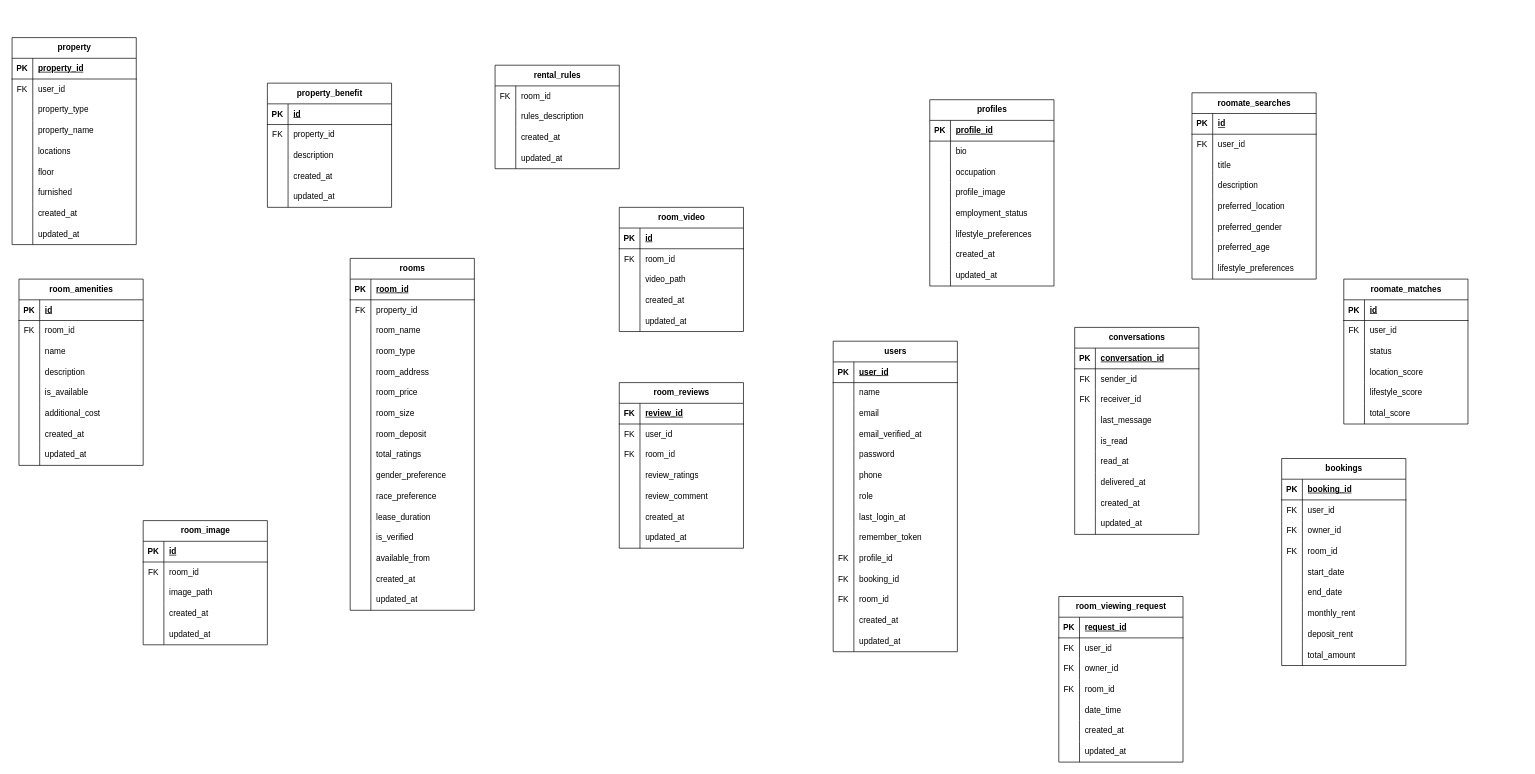
Before: system_analysis/database.drawio in Danny-CYH/KitaRoom, a draw.io diagram. Source tidied: cells renumbered, new cells numbered last; positions are measured from the earlier drawing's top-left corner, leaving out a move shared by most shapes. Both pictures are drawn from the tidied source at 69%, with x=0, y=0 at pixel (12, 37).
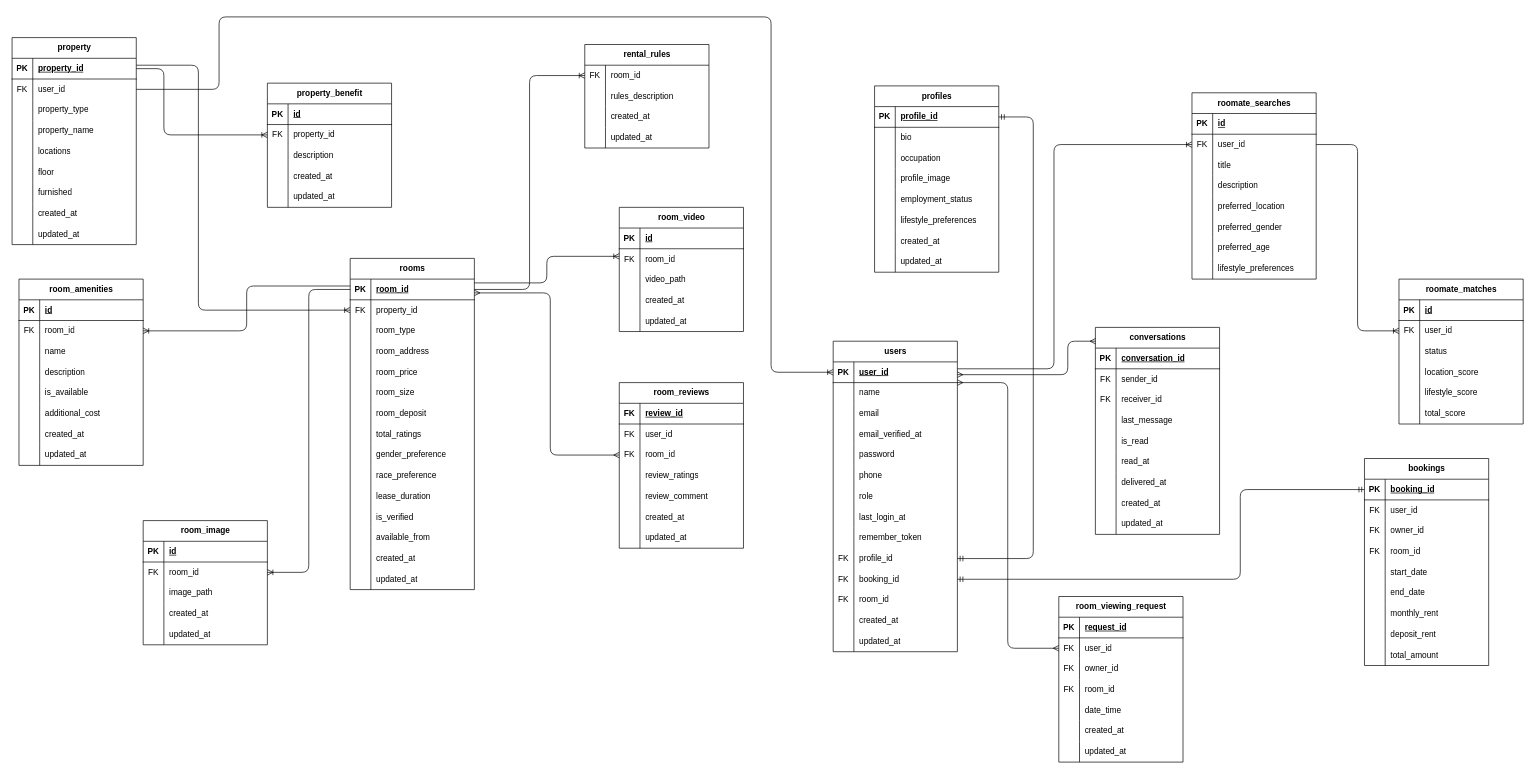
Above is the later version.

Commit message (it also covers changes not shown here):
Update and create database table, update listing card component, create api.php for seperate the api call.

Unchanged cells that the change refers to:
```xml
<mxCell id="3" style="shape=tableRow;horizontal=0;startSize=0;swimlaneHead=0;swimlaneBody=0;fillColor=none;points=[[0,0.5],[1,0.5]];portConstraint=eastwest;top=0;left=0;right=0;bottom=1;" parent="2" vertex="1">
  <mxGeometry y="30" width="180" height="30" as="geometry" />
</mxCell>
<mxCell id="30" style="shape=tableRow;horizontal=0;startSize=0;swimlaneHead=0;swimlaneBody=0;fillColor=none;points=[[0,0.5],[1,0.5]];portConstraint=eastwest;top=0;left=0;right=0;bottom=0;" parent="2" vertex="1">
  <mxGeometry y="300" width="180" height="30" as="geometry" />
</mxCell>
<mxCell id="33" style="shape=tableRow;horizontal=0;startSize=0;swimlaneHead=0;swimlaneBody=0;fillColor=none;points=[[0,0.5],[1,0.5]];portConstraint=eastwest;top=0;left=0;right=0;bottom=0;" parent="2" vertex="1">
  <mxGeometry y="330" width="180" height="30" as="geometry" />
</mxCell>
<mxCell id="46" style="shape=tableRow;horizontal=0;startSize=0;swimlaneHead=0;swimlaneBody=0;fillColor=none;points=[[0,0.5],[1,0.5]];portConstraint=eastwest;top=0;left=0;right=0;bottom=1;" parent="45" vertex="1">
  <mxGeometry y="30" width="180" height="30" as="geometry" />
</mxCell>
<mxCell id="71" style="shape=tableRow;horizontal=0;startSize=0;swimlaneHead=0;swimlaneBody=0;fillColor=none;points=[[0,0.5],[1,0.5]];portConstraint=eastwest;top=0;left=0;right=0;bottom=1;" parent="70" vertex="1">
  <mxGeometry y="30" width="180" height="30" as="geometry" />
</mxCell>
<mxCell id="74" style="shape=tableRow;horizontal=0;startSize=0;swimlaneHead=0;swimlaneBody=0;fillColor=none;points=[[0,0.5],[1,0.5]];portConstraint=eastwest;top=0;left=0;right=0;bottom=0;" parent="70" vertex="1">
  <mxGeometry y="60" width="180" height="30" as="geometry" />
</mxCell>
<mxCell id="123" style="shape=tableRow;horizontal=0;startSize=0;swimlaneHead=0;swimlaneBody=0;fillColor=none;points=[[0,0.5],[1,0.5]];portConstraint=eastwest;top=0;left=0;right=0;bottom=0;" parent="119" vertex="1">
  <mxGeometry y="60" width="180" height="30" as="geometry" />
</mxCell>
<mxCell id="148" style="shape=tableRow;horizontal=0;startSize=0;swimlaneHead=0;swimlaneBody=0;fillColor=none;points=[[0,0.5],[1,0.5]];portConstraint=eastwest;top=0;left=0;right=0;bottom=0;" parent="144" vertex="1">
  <mxGeometry y="60" width="180" height="30" as="geometry" />
</mxCell>
<mxCell id="164" style="shape=tableRow;horizontal=0;startSize=0;swimlaneHead=0;swimlaneBody=0;fillColor=none;points=[[0,0.5],[1,0.5]];portConstraint=eastwest;top=0;left=0;right=0;bottom=0;" parent="160" vertex="1">
  <mxGeometry y="60" width="180" height="30" as="geometry" />
</mxCell>
<mxCell id="189" style="shape=tableRow;horizontal=0;startSize=0;swimlaneHead=0;swimlaneBody=0;fillColor=none;points=[[0,0.5],[1,0.5]];portConstraint=eastwest;top=0;left=0;right=0;bottom=0;" parent="185" vertex="1">
  <mxGeometry y="60" width="180" height="30" as="geometry" />
</mxCell>
<mxCell id="205" style="shape=tableRow;horizontal=0;startSize=0;swimlaneHead=0;swimlaneBody=0;fillColor=none;points=[[0,0.5],[1,0.5]];portConstraint=eastwest;top=0;left=0;right=0;bottom=1;" parent="204" vertex="1">
  <mxGeometry y="30" width="180" height="30" as="geometry" />
</mxCell>
<mxCell id="236" style="shape=tableRow;horizontal=0;startSize=0;swimlaneHead=0;swimlaneBody=0;fillColor=none;points=[[0,0.5],[1,0.5]];portConstraint=eastwest;top=0;left=0;right=0;bottom=0;" parent="232" vertex="1">
  <mxGeometry y="60" width="180" height="30" as="geometry" />
</mxCell>
<mxCell id="261" style="shape=tableRow;horizontal=0;startSize=0;swimlaneHead=0;swimlaneBody=0;fillColor=none;points=[[0,0.5],[1,0.5]];portConstraint=eastwest;top=0;left=0;right=0;bottom=0;" parent="254" vertex="1">
  <mxGeometry y="90" width="180" height="30" as="geometry" />
</mxCell>
<mxCell id="308" style="shape=tableRow;horizontal=0;startSize=0;swimlaneHead=0;swimlaneBody=0;fillColor=none;points=[[0,0.5],[1,0.5]];portConstraint=eastwest;top=0;left=0;right=0;bottom=0;" parent="304" vertex="1">
  <mxGeometry y="60" width="180" height="30" as="geometry" />
</mxCell>
<mxCell id="321" style="shape=tableRow;horizontal=0;startSize=0;swimlaneHead=0;swimlaneBody=0;fillColor=none;points=[[0,0.5],[1,0.5]];portConstraint=eastwest;top=0;left=0;right=0;bottom=0;" parent="320" vertex="1">
  <mxGeometry y="30" width="180" height="30" as="geometry" />
</mxCell>
<mxCell id="334" style="shape=tableRow;horizontal=0;startSize=0;swimlaneHead=0;swimlaneBody=0;fillColor=none;points=[[0,0.5],[1,0.5]];portConstraint=eastwest;top=0;left=0;right=0;bottom=1;" parent="333" vertex="1">
  <mxGeometry y="30" width="180" height="30" as="geometry" />
</mxCell>
<mxCell id="337" style="shape=tableRow;horizontal=0;startSize=0;swimlaneHead=0;swimlaneBody=0;fillColor=none;points=[[0,0.5],[1,0.5]];portConstraint=eastwest;top=0;left=0;right=0;bottom=0;" parent="333" vertex="1">
  <mxGeometry y="60" width="180" height="30" as="geometry" />
</mxCell>
<mxCell id="365" style="shape=tableRow;horizontal=0;startSize=0;swimlaneHead=0;swimlaneBody=0;fillColor=none;points=[[0,0.5],[1,0.5]];portConstraint=eastwest;top=0;left=0;right=0;bottom=0;" parent="361" vertex="1">
  <mxGeometry y="60" width="180" height="30" as="geometry" />
</mxCell>
```

Change to the diagram source:
```diff
@@
     <mxCell id="45" value="profiles" style="shape=table;startSize=30;childLayout=tableLayout;rowLines=0;fontStyle=1;align=center;html=1;" parent="1" vertex="1">
-      <mxGeometry x="1330" y="90" width="180" height="270" as="geometry" />
+      <mxGeometry x="1250" y="70" width="180" height="270" as="geometry" />
     </mxCell>
@@
     <mxCell id="70" value="rooms" style="shape=table;startSize=30;childLayout=tableLayout;rowLines=0;fontStyle=1;align=center;html=1;" parent="1" vertex="1">
-      <mxGeometry x="490" y="320" width="180" height="510" as="geometry" />
+      <mxGeometry x="490" y="320" width="180" height="480" as="geometry" />
     </mxCell>
@@
-    <mxCell id="77" style="shape=tableRow;horizontal=0;startSize=0;swimlaneHead=0;swimlaneBody=0;fillColor=none;top=0;left=0;right=0;bottom=0;" parent="70" vertex="1">
-      <mxGeometry y="90" width="180" height="30" as="geometry" />
-    </mxCell>
-    <mxCell id="78" style="shape=partialRectangle;fillColor=none;top=0;left=0;bottom=0;right=0;overflow=hidden;whiteSpace=wrap;html=1;" parent="77" vertex="1">
-      <mxGeometry width="30" height="30" as="geometry" />
-    </mxCell>
-    <mxCell id="79" value="room_name" style="shape=partialRectangle;fillColor=none;top=0;left=0;bottom=0;right=0;align=left;spacingLeft=6;overflow=hidden;whiteSpace=wrap;html=1;" parent="77" vertex="1">
-      <mxGeometry x="30" width="150" height="30" as="geometry" />
-    </mxCell>
     <mxCell id="80" style="shape=tableRow;horizontal=0;startSize=0;swimlaneHead=0;swimlaneBody=0;fillColor=none;top=0;left=0;right=0;bottom=0;" parent="70" vertex="1">
-      <mxGeometry y="120" width="180" height="30" as="geometry" />
+      <mxGeometry y="90" width="180" height="30" as="geometry" />
     </mxCell>
@@
     <mxCell id="83" style="shape=tableRow;horizontal=0;startSize=0;swimlaneHead=0;swimlaneBody=0;fillColor=none;top=0;left=0;right=0;bottom=0;" parent="70" vertex="1">
-      <mxGeometry y="150" width="180" height="30" as="geometry" />
+      <mxGeometry y="120" width="180" height="30" as="geometry" />
     </mxCell>
@@
     <mxCell id="86" style="shape=tableRow;horizontal=0;startSize=0;swimlaneHead=0;swimlaneBody=0;fillColor=none;top=0;left=0;right=0;bottom=0;" parent="70" vertex="1">
-      <mxGeometry y="180" width="180" height="30" as="geometry" />
+      <mxGeometry y="150" width="180" height="30" as="geometry" />
     </mxCell>
@@
     <mxCell id="89" style="shape=tableRow;horizontal=0;startSize=0;swimlaneHead=0;swimlaneBody=0;fillColor=none;top=0;left=0;right=0;bottom=0;" parent="70" vertex="1">
-      <mxGeometry y="210" width="180" height="30" as="geometry" />
+      <mxGeometry y="180" width="180" height="30" as="geometry" />
     </mxCell>
@@
     <mxCell id="92" style="shape=tableRow;horizontal=0;startSize=0;swimlaneHead=0;swimlaneBody=0;fillColor=none;top=0;left=0;right=0;bottom=0;" parent="70" vertex="1">
-      <mxGeometry y="240" width="180" height="30" as="geometry" />
+      <mxGeometry y="210" width="180" height="30" as="geometry" />
     </mxCell>
@@
     <mxCell id="95" style="shape=tableRow;horizontal=0;startSize=0;swimlaneHead=0;swimlaneBody=0;fillColor=none;top=0;left=0;right=0;bottom=0;" parent="70" vertex="1">
-      <mxGeometry y="270" width="180" height="30" as="geometry" />
+      <mxGeometry y="240" width="180" height="30" as="geometry" />
     </mxCell>
@@
     <mxCell id="98" style="shape=tableRow;horizontal=0;startSize=0;swimlaneHead=0;swimlaneBody=0;fillColor=none;top=0;left=0;right=0;bottom=0;" parent="70" vertex="1">
-      <mxGeometry y="300" width="180" height="30" as="geometry" />
+      <mxGeometry y="270" width="180" height="30" as="geometry" />
     </mxCell>
@@
     <mxCell id="101" style="shape=tableRow;horizontal=0;startSize=0;swimlaneHead=0;swimlaneBody=0;fillColor=none;top=0;left=0;right=0;bottom=0;" parent="70" vertex="1">
-      <mxGeometry y="330" width="180" height="30" as="geometry" />
+      <mxGeometry y="300" width="180" height="30" as="geometry" />
     </mxCell>
@@
     <mxCell id="104" style="shape=tableRow;horizontal=0;startSize=0;swimlaneHead=0;swimlaneBody=0;fillColor=none;top=0;left=0;right=0;bottom=0;" parent="70" vertex="1">
-      <mxGeometry y="360" width="180" height="30" as="geometry" />
+      <mxGeometry y="330" width="180" height="30" as="geometry" />
     </mxCell>
@@
     <mxCell id="107" style="shape=tableRow;horizontal=0;startSize=0;swimlaneHead=0;swimlaneBody=0;fillColor=none;top=0;left=0;right=0;bottom=0;" parent="70" vertex="1">
-      <mxGeometry y="390" width="180" height="30" as="geometry" />
+      <mxGeometry y="360" width="180" height="30" as="geometry" />
     </mxCell>
@@
     <mxCell id="110" style="shape=tableRow;horizontal=0;startSize=0;swimlaneHead=0;swimlaneBody=0;fillColor=none;top=0;left=0;right=0;bottom=0;" parent="70" vertex="1">
-      <mxGeometry y="420" width="180" height="30" as="geometry" />
+      <mxGeometry y="390" width="180" height="30" as="geometry" />
     </mxCell>
@@
     <mxCell id="113" style="shape=tableRow;horizontal=0;startSize=0;swimlaneHead=0;swimlaneBody=0;fillColor=none;top=0;left=0;right=0;bottom=0;" parent="70" vertex="1">
-      <mxGeometry y="450" width="180" height="30" as="geometry" />
+      <mxGeometry y="420" width="180" height="30" as="geometry" />
     </mxCell>
@@
     <mxCell id="116" style="shape=tableRow;horizontal=0;startSize=0;swimlaneHead=0;swimlaneBody=0;fillColor=none;top=0;left=0;right=0;bottom=0;" parent="70" vertex="1">
-      <mxGeometry y="480" width="180" height="30" as="geometry" />
+      <mxGeometry y="450" width="180" height="30" as="geometry" />
     </mxCell>
@@
     <mxCell id="185" value="roomate_matches" style="shape=table;startSize=30;childLayout=tableLayout;rowLines=0;fontStyle=1;align=center;html=1;" parent="1" vertex="1">
-      <mxGeometry x="1930" y="350" width="180" height="210" as="geometry" />
+      <mxGeometry x="2010" y="350" width="180" height="210" as="geometry" />
     </mxCell>
@@
     <mxCell id="204" value="bookings" style="shape=table;startSize=30;childLayout=tableLayout;rowLines=0;fontStyle=1;align=center;html=1;" parent="1" vertex="1">
-      <mxGeometry x="1840" y="610" width="180" height="300" as="geometry" />
+      <mxGeometry x="1960" y="610" width="180" height="300" as="geometry" />
     </mxCell>
@@
     <mxCell id="276" value="conversations" style="shape=table;startSize=30;childLayout=tableLayout;rowLines=0;fontStyle=1;align=center;html=1;" parent="1" vertex="1">
-      <mxGeometry x="1540" y="420" width="180" height="300" as="geometry" />
+      <mxGeometry x="1570" y="420" width="180" height="300" as="geometry" />
     </mxCell>
@@
     <mxCell id="320" value="rental_rules" style="shape=table;startSize=30;childLayout=tableLayout;rowLines=0;fontStyle=1;align=center;html=1;" parent="1" vertex="1">
-      <mxGeometry x="700" y="40" width="180" height="150" as="geometry" />
+      <mxGeometry x="830" y="10" width="180" height="150" as="geometry" />
     </mxCell>
@@
+    <mxCell id="377" style="edgeStyle=orthogonalEdgeStyle;fontSize=12;html=1;endArrow=ERoneToMany;entryX=0;entryY=0.5;entryDx=0;entryDy=0;" parent="1" edge="1" source="334" target="74">
+      <mxGeometry relative="1" as="geometry">
+        <Array as="points">
+          <mxPoint x="270" y="40" />
+          <mxPoint x="270" y="395" />
+        </Array>
+      </mxGeometry>
+    </mxCell>
+    <mxCell id="378" style="edgeStyle=orthogonalEdgeStyle;fontSize=12;html=1;endArrow=ERoneToMany;entryX=1;entryY=0.5;entryDx=0;entryDy=0;" parent="1" edge="1" source="71" target="123">
+      <mxGeometry relative="1" as="geometry">
+        <Array as="points">
+          <mxPoint x="340" y="360" />
+          <mxPoint x="340" y="425" />
+        </Array>
+      </mxGeometry>
+    </mxCell>
+    <mxCell id="379" style="edgeStyle=orthogonalEdgeStyle;fontSize=12;html=1;endArrow=ERoneToMany;exitX=1;exitY=0.5;exitDx=0;exitDy=0;entryX=0;entryY=0.5;entryDx=0;entryDy=0;" parent="1" edge="1" source="334" target="308">
+      <mxGeometry relative="1" as="geometry">
+        <Array as="points">
+          <mxPoint x="220" y="45" />
+          <mxPoint x="220" y="141" />
+        </Array>
+      </mxGeometry>
+    </mxCell>
+    <mxCell id="380" style="edgeStyle=orthogonalEdgeStyle;fontSize=12;html=1;endArrow=ERoneToMany;entryX=0;entryY=0.5;entryDx=0;entryDy=0;exitX=1;exitY=0.5;exitDx=0;exitDy=0;" parent="1" edge="1" source="71" target="321">
+      <mxGeometry relative="1" as="geometry" />
+    </mxCell>
+    <mxCell id="381" style="edgeStyle=orthogonalEdgeStyle;fontSize=12;html=1;endArrow=ERoneToMany;entryX=1;entryY=0.5;entryDx=0;entryDy=0;exitX=0;exitY=0.5;exitDx=0;exitDy=0;" parent="1" edge="1" source="71" target="148">
+      <mxGeometry relative="1" as="geometry" />
+    </mxCell>
+    <mxCell id="382" style="edgeStyle=orthogonalEdgeStyle;fontSize=12;html=1;endArrow=ERoneToMany;" parent="1" edge="1" target="365">
+      <mxGeometry relative="1" as="geometry">
+        <mxPoint x="670" y="355.5" as="sourcePoint" />
+        <Array as="points">
+          <mxPoint x="775" y="356" />
+          <mxPoint x="775" y="317" />
+        </Array>
+      </mxGeometry>
+    </mxCell>
+    <mxCell id="383" style="edgeStyle=orthogonalEdgeStyle;fontSize=12;html=1;endArrow=ERmany;startArrow=ERmany;exitX=1;exitY=0.5;exitDx=0;exitDy=0;" parent="1" edge="1" target="261">
+      <mxGeometry relative="1" as="geometry">
+        <mxPoint x="670" y="370" as="sourcePoint" />
+        <Array as="points">
+          <mxPoint x="780" y="370" />
+          <mxPoint x="780" y="605" />
+        </Array>
+      </mxGeometry>
+    </mxCell>
+    <mxCell id="384" style="edgeStyle=orthogonalEdgeStyle;fontSize=12;html=1;endArrow=ERoneToMany;exitX=1;exitY=0.5;exitDx=0;exitDy=0;entryX=0;entryY=0.5;entryDx=0;entryDy=0;" parent="1" edge="1" source="337" target="3">
+      <mxGeometry relative="1" as="geometry">
+        <Array as="points">
+          <mxPoint x="300" y="75" />
+          <mxPoint x="300" y="-30" />
+          <mxPoint x="1100" y="-30" />
+          <mxPoint x="1100" y="485" />
+        </Array>
+      </mxGeometry>
+    </mxCell>
+    <mxCell id="385" style="edgeStyle=orthogonalEdgeStyle;fontSize=12;html=1;endArrow=ERmandOne;startArrow=ERmandOne;entryX=0;entryY=0.5;entryDx=0;entryDy=0;" parent="1" edge="1" source="33" target="205">
+      <mxGeometry relative="1" as="geometry">
+        <Array as="points">
+          <mxPoint x="1780" y="785" />
+          <mxPoint x="1780" y="655" />
+        </Array>
+      </mxGeometry>
+    </mxCell>
+    <mxCell id="386" style="edgeStyle=orthogonalEdgeStyle;fontSize=12;html=1;endArrow=ERmandOne;startArrow=ERmandOne;entryX=1;entryY=0.5;entryDx=0;entryDy=0;exitX=1;exitY=0.5;exitDx=0;exitDy=0;" parent="1" edge="1" source="30" target="46">
+      <mxGeometry relative="1" as="geometry">
+        <Array as="points">
+          <mxPoint x="1480" y="755" />
+          <mxPoint x="1480" y="115" />
+        </Array>
+      </mxGeometry>
+    </mxCell>
+    <mxCell id="387" style="edgeStyle=orthogonalEdgeStyle;fontSize=12;html=1;endArrow=ERoneToMany;entryX=0;entryY=0.5;entryDx=0;entryDy=0;" parent="1" edge="1" source="3" target="164">
+      <mxGeometry relative="1" as="geometry">
+        <Array as="points">
+          <mxPoint x="1510" y="480" />
+          <mxPoint x="1510" y="155" />
+        </Array>
+      </mxGeometry>
+    </mxCell>
+    <mxCell id="388" style="edgeStyle=orthogonalEdgeStyle;fontSize=12;html=1;endArrow=ERmany;startArrow=ERmany;entryX=0;entryY=0.5;entryDx=0;entryDy=0;" parent="1" edge="1" source="3" target="236">
+      <mxGeometry relative="1" as="geometry">
+        <Array as="points">
+          <mxPoint x="1443" y="500" />
+          <mxPoint x="1443" y="885" />
+        </Array>
+      </mxGeometry>
+    </mxCell>
+    <mxCell id="389" style="edgeStyle=orthogonalEdgeStyle;fontSize=12;html=1;endArrow=ERoneToMany;exitX=1;exitY=0.5;exitDx=0;exitDy=0;entryX=0;entryY=0.5;entryDx=0;entryDy=0;" parent="1" edge="1" source="164" target="189">
+      <mxGeometry relative="1" as="geometry" />
+    </mxCell>
+    <mxCell id="390" style="edgeStyle=orthogonalEdgeStyle;fontSize=12;html=1;endArrow=ERmany;startArrow=ERmany;exitX=1;exitY=0.5;exitDx=0;exitDy=0;entryX=0.002;entryY=0.055;entryDx=0;entryDy=0;entryPerimeter=0;" parent="1" edge="1">
+      <mxGeometry relative="1" as="geometry">
+        <mxPoint x="1370" y="488.5" as="sourcePoint" />
+        <mxPoint x="1570.4" y="440" as="targetPoint" />
+        <Array as="points">
+          <mxPoint x="1530" y="488.5" />
+          <mxPoint x="1530" y="440.5" />
+        </Array>
+      </mxGeometry>
+    </mxCell>
```
